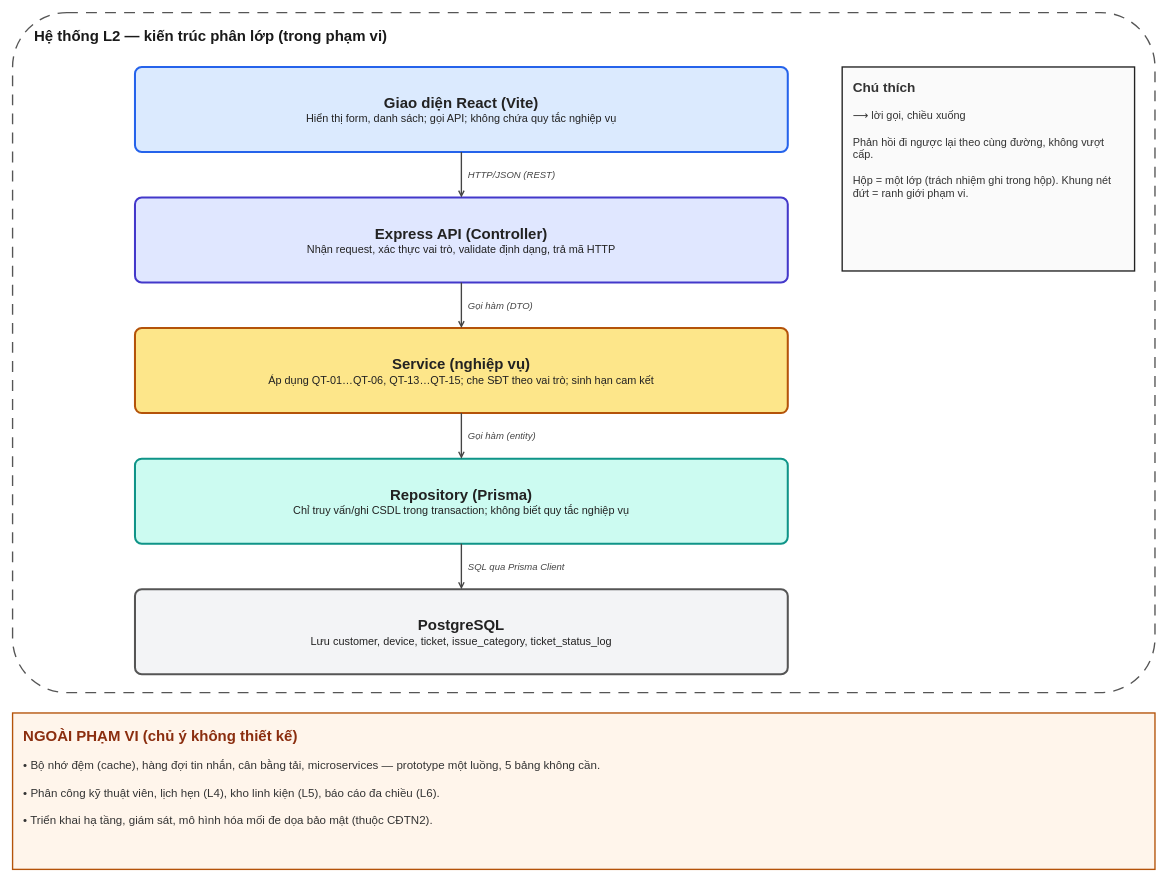
The draw.io diagram docs/architecture.drawio in doanxuantien2374802010493/smartcrm-2374802010493-tiep-nhan-bao-hanh, before the edit. Source tidied: cells renumbered, new cells numbered last; positions are measured from the earlier drawing's top-left corner, leaving out a move shared by most shapes. Both pictures are drawn from the tidied source at 68%, with x=0, y=0 at pixel (12, 12).
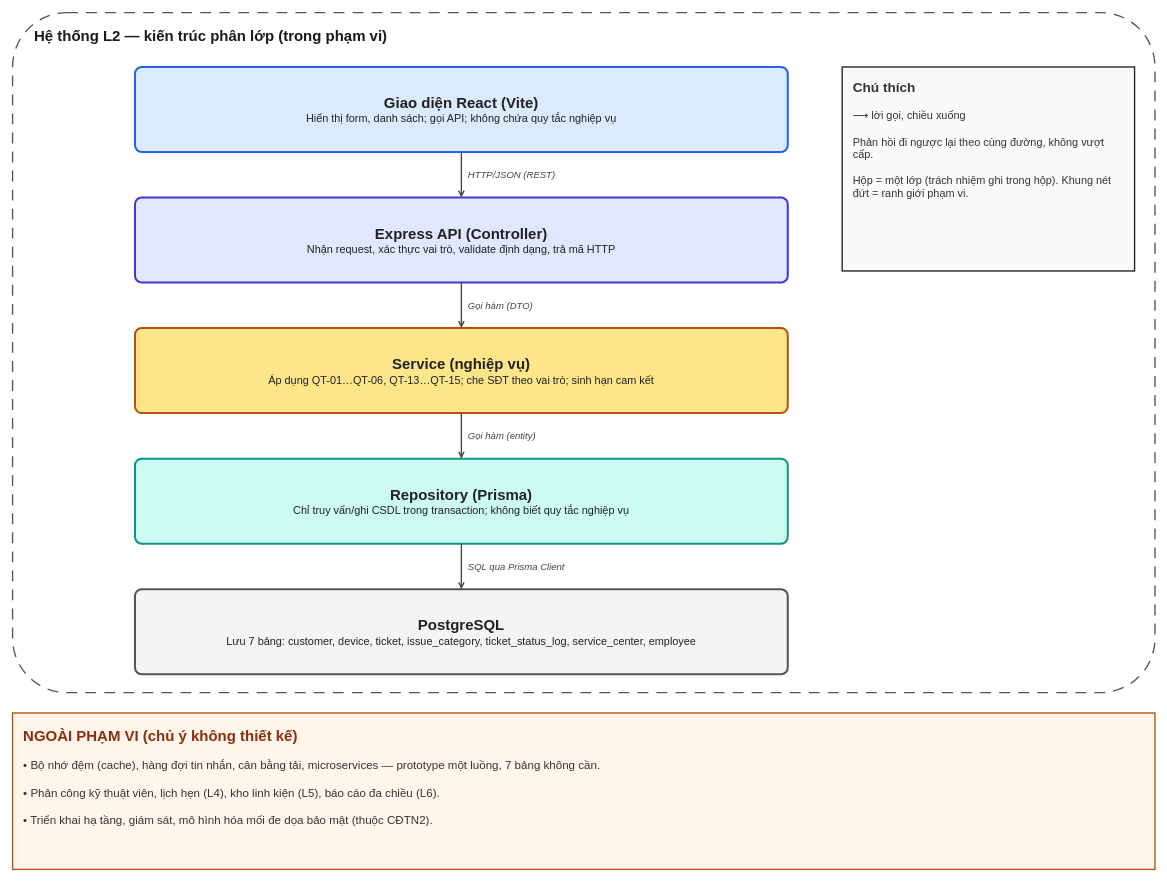
After the change.

Change to the diagram source:
```diff
@@
 <mxGraphModel>
   <root>
     <mxCell id="0" />
     <mxCell id="1" parent="0" />
     <mxCell id="2" style="rounded=1;whiteSpace=wrap;html=1;fillColor=none;strokeColor=#555555;strokeWidth=2;fontSize=14;fontColor=#333333;align=left;verticalAlign=middle;spacingLeft=14;dashed=1;dashPattern=8 6;arcSize=8;" parent="1" vertex="1">
       <mxGeometry width="1680" height="1000" as="geometry" />
     </mxCell>
     <mxCell id="3" value="Hệ thống L2 — kiến trúc phân lớp (trong phạm vi)" style="rounded=0;whiteSpace=wrap;html=1;fillColor=none;strokeColor=none;strokeWidth=0;fontSize=22;fontColor=#1a1a1a;align=left;verticalAlign=middle;spacingLeft=14;fontStyle=1;spacingLeft=0;" parent="1" vertex="1">
       <mxGeometry x="30" y="15" width="900" height="40" as="geometry" />
     </mxCell>
     <mxCell id="4" value="&lt;b style='font-size:22px'&gt;Giao diện React (Vite)&lt;/b&gt;&lt;br&gt;&lt;span style='font-size:16px'&gt;Hiển thị form, danh sách; gọi API; không chứa quy tắc nghiệp vụ&lt;/span&gt;" style="rounded=1;whiteSpace=wrap;html=1;fillColor=#DBEAFE;strokeColor=#2563EB;strokeWidth=3;fontSize=14;fontColor=#222222;align=center;verticalAlign=middle;arcSize=8;" parent="1" vertex="1">
       <mxGeometry x="180" y="80" width="960" height="125" as="geometry" />
     </mxCell>
     <mxCell id="5" value="&lt;b style='font-size:22px'&gt;Express API (Controller)&lt;/b&gt;&lt;br&gt;&lt;span style='font-size:16px'&gt;Nhận request, xác thực vai trò, validate định dạng, trả mã HTTP&lt;/span&gt;" style="rounded=1;whiteSpace=wrap;html=1;fillColor=#E0E7FF;strokeColor=#4338CA;strokeWidth=3;fontSize=14;fontColor=#222222;align=center;verticalAlign=middle;arcSize=8;" parent="1" vertex="1">
       <mxGeometry x="180" y="272" width="960" height="125" as="geometry" />
     </mxCell>
     <mxCell id="6" value="&lt;b style='font-size:22px'&gt;Service (nghiệp vụ)&lt;/b&gt;&lt;br&gt;&lt;span style='font-size:16px'&gt;Áp dụng QT-01…QT-06, QT-13…QT-15; che SĐT theo vai trò; sinh hạn cam kết&lt;/span&gt;" style="rounded=1;whiteSpace=wrap;html=1;fillColor=#FDE68A;strokeColor=#B45309;strokeWidth=3;fontSize=14;fontColor=#222222;align=center;verticalAlign=middle;arcSize=8;" parent="1" vertex="1">
       <mxGeometry x="180" y="464" width="960" height="125" as="geometry" />
     </mxCell>
     <mxCell id="7" value="&lt;b style='font-size:22px'&gt;Repository (Prisma)&lt;/b&gt;&lt;br&gt;&lt;span style='font-size:16px'&gt;Chỉ truy vấn/ghi CSDL trong transaction; không biết quy tắc nghiệp vụ&lt;/span&gt;" style="rounded=1;whiteSpace=wrap;html=1;fillColor=#CCFBF1;strokeColor=#0F9488;strokeWidth=3;fontSize=14;fontColor=#222222;align=center;verticalAlign=middle;arcSize=8;" parent="1" vertex="1">
       <mxGeometry x="180" y="656" width="960" height="125" as="geometry" />
     </mxCell>
-    <mxCell id="8" value="&lt;b style='font-size:22px'&gt;PostgreSQL&lt;/b&gt;&lt;br&gt;&lt;span style='font-size:16px'&gt;Lưu customer, device, ticket, issue_category, ticket_status_log&lt;/span&gt;" style="rounded=1;whiteSpace=wrap;html=1;fillColor=#F3F4F6;strokeColor=#555555;strokeWidth=3;fontSize=14;fontColor=#222222;align=center;verticalAlign=middle;arcSize=8;" parent="1" vertex="1">
+    <mxCell id="8" value="&lt;b style='font-size:22px'&gt;PostgreSQL&lt;/b&gt;&lt;br&gt;&lt;span style='font-size:16px'&gt;Lưu 7 bảng: customer, device, ticket, issue_category, ticket_status_log, service_center, employee&lt;/span&gt;" style="rounded=1;whiteSpace=wrap;html=1;fillColor=#F3F4F6;strokeColor=#555555;strokeWidth=3;fontSize=14;fontColor=#222222;align=center;verticalAlign=middle;arcSize=8;" parent="1" vertex="1">
       <mxGeometry x="180" y="848" width="960" height="125" as="geometry" />
     </mxCell>
     <mxCell id="9" value="HTTP/JSON (REST)" style="endArrow=open;endFill=0;strokeWidth=2;strokeColor=#444444;fontSize=14;fontStyle=2;fontColor=#444444;labelPosition=right;verticalLabelPosition=middle;align=left;verticalAlign=middle;spacingLeft=8;html=1;" parent="1" edge="1" source="4" target="5">
       <mxGeometry relative="1" as="geometry" />
     </mxCell>
     <mxCell id="10" value="Gọi hàm (DTO)" style="endArrow=open;endFill=0;strokeWidth=2;strokeColor=#444444;fontSize=14;fontStyle=2;fontColor=#444444;labelPosition=right;verticalLabelPosition=middle;align=left;verticalAlign=middle;spacingLeft=8;html=1;" parent="1" edge="1" source="5" target="6">
       <mxGeometry relative="1" as="geometry" />
     </mxCell>
     <mxCell id="11" value="Gọi hàm (entity)" style="endArrow=open;endFill=0;strokeWidth=2;strokeColor=#444444;fontSize=14;fontStyle=2;fontColor=#444444;labelPosition=right;verticalLabelPosition=middle;align=left;verticalAlign=middle;spacingLeft=8;html=1;" parent="1" edge="1" source="6" target="7">
       <mxGeometry relative="1" as="geometry" />
     </mxCell>
     <mxCell id="12" value="SQL qua Prisma Client" style="endArrow=open;endFill=0;strokeWidth=2;strokeColor=#444444;fontSize=14;fontStyle=2;fontColor=#444444;labelPosition=right;verticalLabelPosition=middle;align=left;verticalAlign=middle;spacingLeft=8;html=1;" parent="1" edge="1" source="7" target="8">
       <mxGeometry relative="1" as="geometry" />
     </mxCell>
     <mxCell id="13" value="&lt;b style='font-size:20px'&gt;Chú thích&lt;/b&gt;&lt;br&gt;&lt;br&gt;⟶ lời gọi, chiều xuống&lt;br&gt;&lt;br&gt;Phản hồi đi ngược lại theo cùng đường, không vượt cấp.&lt;br&gt;&lt;br&gt;Hộp = một lớp (trách nhiệm ghi trong hộp). Khung nét đứt = ranh giới phạm vi." style="rounded=0;whiteSpace=wrap;html=1;fillColor=#FAFAFA;strokeColor=#222222;strokeWidth=2;fontSize=16;fontColor=#333333;align=left;verticalAlign=top;spacingLeft=14;spacingTop=12;spacingRight=10;" parent="1" vertex="1">
       <mxGeometry x="1220" y="80" width="430" height="300" as="geometry" />
     </mxCell>
-    <mxCell id="14" value="&lt;b style='font-size:22px;color:#8B2E0F'&gt;NGOÀI PHẠM VI (chủ ý không thiết kế)&lt;/b&gt;&lt;br&gt;&lt;br&gt;• Bộ nhớ đệm (cache), hàng đợi tin nhắn, cân bằng tải, microservices — prototype một luồng, 5 bảng không cần.&lt;br&gt;&lt;br&gt;• Phân công kỹ thuật viên, lịch hẹn (L4), kho linh kiện (L5), báo cáo đa chiều (L6).&lt;br&gt;&lt;br&gt;• Triển khai hạ tầng, giám sát, mô hình hóa mối đe dọa bảo mật (thuộc CĐTN2)." style="rounded=0;whiteSpace=wrap;html=1;fillColor=#FFF5EB;strokeColor=#B45309;strokeWidth=2;fontSize=17;fontColor=#333333;align=left;verticalAlign=top;spacingLeft=14;spacingTop=14;spacingRight=20;" parent="1" vertex="1">
+    <mxCell id="14" value="&lt;b style='font-size:22px;color:#8B2E0F'&gt;NGOÀI PHẠM VI (chủ ý không thiết kế)&lt;/b&gt;&lt;br&gt;&lt;br&gt;• Bộ nhớ đệm (cache), hàng đợi tin nhắn, cân bằng tải, microservices — prototype một luồng, 7 bảng không cần.&lt;br&gt;&lt;br&gt;• Phân công kỹ thuật viên, lịch hẹn (L4), kho linh kiện (L5), báo cáo đa chiều (L6).&lt;br&gt;&lt;br&gt;• Triển khai hạ tầng, giám sát, mô hình hóa mối đe dọa bảo mật (thuộc CĐTN2)." style="rounded=0;whiteSpace=wrap;html=1;fillColor=#FFF5EB;strokeColor=#B45309;strokeWidth=2;fontSize=17;fontColor=#333333;align=left;verticalAlign=top;spacingLeft=14;spacingTop=14;spacingRight=20;" parent="1" vertex="1">
       <mxGeometry y="1030" width="1680" height="230" as="geometry" />
     </mxCell>
   </root>
 </mxGraphModel>
```
